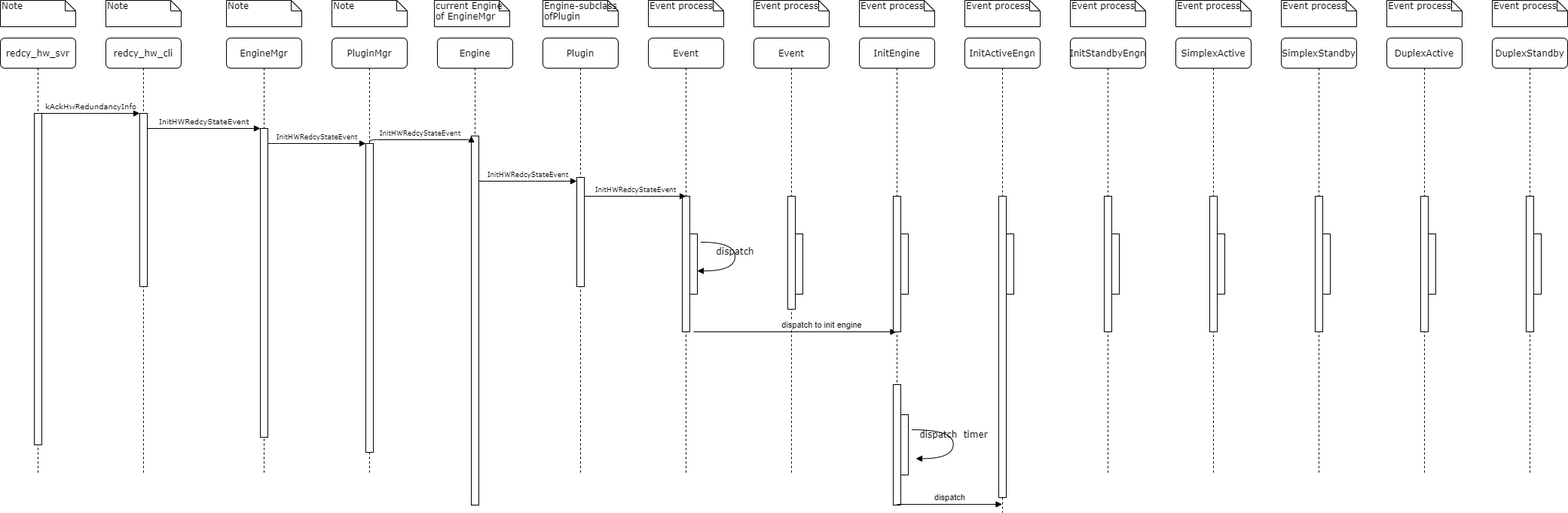
Steve888888/FN-Redundancy keeps this draw.io diagram as UML/StartActiveRedundancy.png. Above is the earlier version. Source tidied: cells renumbered, new cells last; positions are measured from the earlier drawing's top-left corner, leaving out a move shared by most shapes.
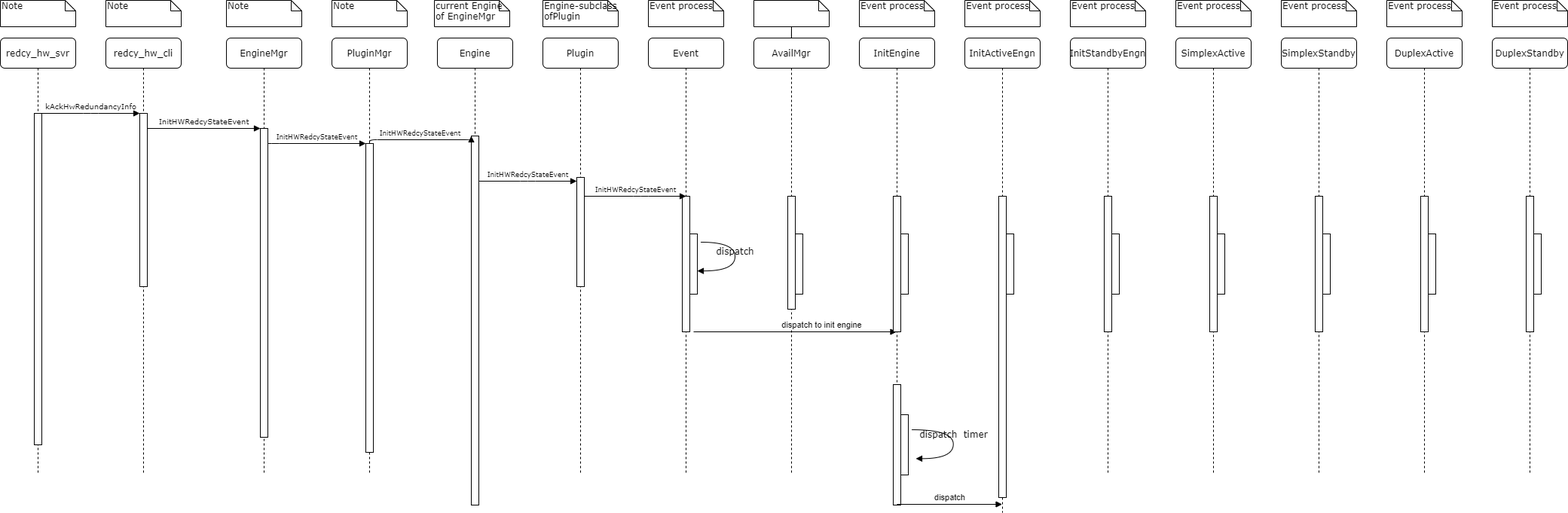
After the commit.

The edit, as a diff of the source:
```diff
@@ -119,10 +119,13 @@
         </Array>
       </mxGeometry>
     </mxCell>
+    <mxCell id="68" style="edgeStyle=orthogonalEdgeStyle;rounded=0;jettySize=auto;html=1;" parent="1" edge="1" source="32" target="33">
+      <mxGeometry relative="1" as="geometry" />
+    </mxCell>
-    <mxCell id="32" value="Event process" style="shape=note;whiteSpace=wrap;html=1;size=14;verticalAlign=top;align=left;spacingTop=-6;rounded=0;shadow=0;comic=0;labelBackgroundColor=none;strokeWidth=1;fontFamily=Verdana;fontSize=12;" parent="1" vertex="1">
+    <mxCell id="32" style="shape=note;whiteSpace=wrap;html=1;size=14;verticalAlign=top;align=left;spacingTop=-6;rounded=0;shadow=0;comic=0;labelBackgroundColor=none;strokeWidth=1;fontFamily=Verdana;fontSize=12;" parent="1" vertex="1">
       <mxGeometry x="1000" width="100" height="35" as="geometry" />
     </mxCell>
-    <mxCell id="33" value="Event" style="shape=umlLifeline;perimeter=lifelinePerimeter;whiteSpace=wrap;html=1;outlineConnect=0;rounded=1;shadow=0;comic=0;labelBackgroundColor=none;strokeWidth=1;fontFamily=Verdana;fontSize=12;align=center;" parent="1" vertex="1">
+    <mxCell id="33" value="AvailMgr" style="shape=umlLifeline;perimeter=lifelinePerimeter;whiteSpace=wrap;html=1;outlineConnect=0;rounded=1;shadow=0;comic=0;labelBackgroundColor=none;strokeWidth=1;fontFamily=Verdana;fontSize=12;align=center;" parent="1" vertex="1">
       <mxGeometry x="1000" y="50" width="100" height="580" as="geometry" />
     </mxCell>
     <mxCell id="34" style="html=1;perimeter=orthogonalPerimeter;rounded=0;shadow=0;comic=0;labelBackgroundColor=none;strokeColor=#000000;strokeWidth=1;fillColor=#FFFFFF;fontFamily=Verdana;fontSize=12;fontColor=#000000;align=center;" parent="33" vertex="1">
```
